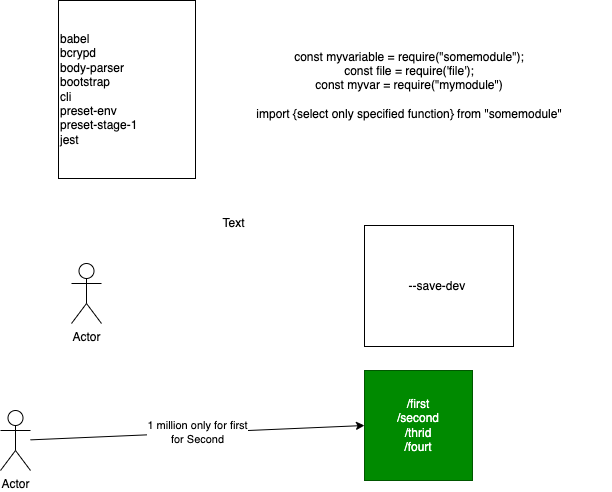
Above: images/day6-drawio.png in adithnaveen/2022-sapient-react-node-graphql (draw.io), before the change. Source tidied: cells renumbered, new cells last; positions are measured from the earlier drawing's top-left corner, leaving out a move shared by most shapes.
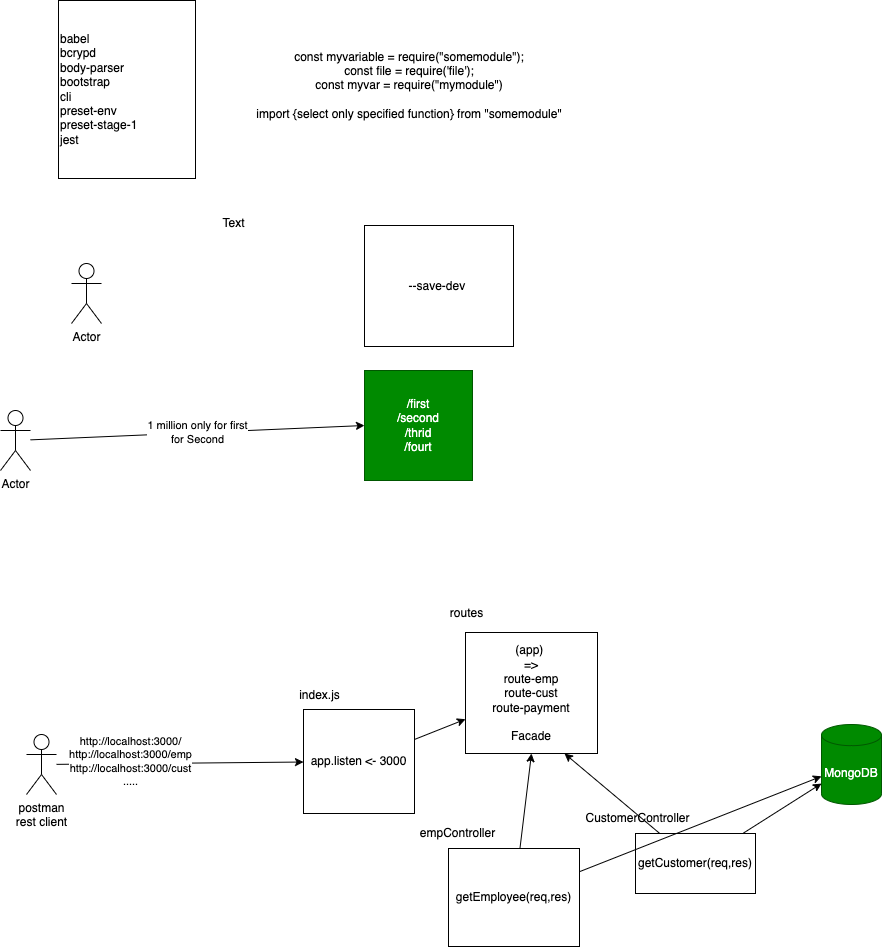
Above is the later version.

Commit message:
updated mongodb express work

What changed in the source:
```diff
@@ -26,5 +26,56 @@
     <mxCell id="9" value="Actor" style="shape=umlActor;verticalLabelPosition=bottom;verticalAlign=top;html=1;outlineConnect=0;" parent="1" vertex="1">
       <mxGeometry y="410" width="30" height="60" as="geometry" />
     </mxCell>
+    <mxCell id="10" style="edgeStyle=none;html=1;" parent="1" edge="1" source="12" target="14">
+      <mxGeometry relative="1" as="geometry" />
+    </mxCell>
+    <mxCell id="11" value="http://localhost:3000/&lt;br&gt;http://localhost:3000/emp&lt;br&gt;http://localhost:3000/cust&lt;br&gt;....." style="edgeLabel;html=1;align=center;verticalAlign=middle;" parent="10" vertex="1">
+      <mxGeometry x="-0.4" y="2" relative="1" as="geometry" />
+    </mxCell>
+    <mxCell id="12" value="postman&lt;br&gt;rest client" style="shape=umlActor;verticalLabelPosition=bottom;verticalAlign=top;html=1;outlineConnect=0;" parent="1" vertex="1">
+      <mxGeometry x="26" y="734" width="30" height="60" as="geometry" />
+    </mxCell>
+    <mxCell id="13" style="edgeStyle=none;html=1;" parent="1" edge="1" source="14" target="17">
+      <mxGeometry relative="1" as="geometry" />
+    </mxCell>
+    <mxCell id="14" value="app.listen &amp;lt;- 3000" style="rounded=0;whiteSpace=wrap;html=1;" parent="1" vertex="1">
+      <mxGeometry x="303" y="709" width="111" height="104" as="geometry" />
+    </mxCell>
+    <mxCell id="15" value="index.js" style="text;html=1;align=center;verticalAlign=middle;strokeColor=none;fillColor=none;" parent="1" vertex="1">
+      <mxGeometry x="293" y="686" width="51" height="18" as="geometry" />
+    </mxCell>
+    <mxCell id="16" value="MongoDB" style="shape=cylinder3;whiteSpace=wrap;html=1;boundedLbl=1;backgroundOutline=1;size=10.600016276041629;fillColor=#008a00;fontColor=#ffffff;strokeColor=#005700;" parent="1" vertex="1">
+      <mxGeometry x="821" y="724" width="60" height="80" as="geometry" />
+    </mxCell>
+    <mxCell id="17" value="&lt;span&gt;(app)&amp;nbsp;&lt;br&gt;=&amp;gt;&lt;br&gt;route-emp&lt;br&gt;route-cust&lt;br&gt;route-payment&lt;br&gt;&lt;br&gt;Facade&lt;br&gt;&lt;/span&gt;" style="rounded=0;whiteSpace=wrap;html=1;" parent="1" vertex="1">
+      <mxGeometry x="465" y="632" width="132" height="121" as="geometry" />
+    </mxCell>
+    <mxCell id="18" value="routes" style="text;html=1;align=center;verticalAlign=middle;strokeColor=none;fillColor=none;" parent="1" vertex="1">
+      <mxGeometry x="444" y="604" width="44" height="18" as="geometry" />
+    </mxCell>
+    <mxCell id="19" style="edgeStyle=none;html=1;" parent="1" edge="1" source="21" target="16">
+      <mxGeometry relative="1" as="geometry" />
+    </mxCell>
+    <mxCell id="20" style="edgeStyle=none;html=1;entryX=0.75;entryY=1;entryDx=0;entryDy=0;" parent="1" edge="1" source="21" target="17">
+      <mxGeometry relative="1" as="geometry" />
+    </mxCell>
+    <mxCell id="21" value="getCustomer(req,res)" style="rounded=0;whiteSpace=wrap;html=1;" parent="1" vertex="1">
+      <mxGeometry x="635" y="833" width="120" height="60" as="geometry" />
+    </mxCell>
+    <mxCell id="22" style="edgeStyle=none;html=1;" parent="1" edge="1" source="24" target="16">
+      <mxGeometry relative="1" as="geometry" />
+    </mxCell>
+    <mxCell id="23" style="edgeStyle=none;html=1;entryX=0.5;entryY=1;entryDx=0;entryDy=0;" parent="1" edge="1" source="24" target="17">
+      <mxGeometry relative="1" as="geometry" />
+    </mxCell>
+    <mxCell id="24" value="getEmployee(req,res)" style="rounded=0;whiteSpace=wrap;html=1;" parent="1" vertex="1">
+      <mxGeometry x="448" y="848" width="131" height="98" as="geometry" />
+    </mxCell>
+    <mxCell id="25" value="empController" style="text;html=1;align=center;verticalAlign=middle;strokeColor=none;fillColor=none;" parent="1" vertex="1">
+      <mxGeometry x="414" y="824" width="86" height="18" as="geometry" />
+    </mxCell>
+    <mxCell id="26" value="CustomerController" style="text;html=1;align=center;verticalAlign=middle;strokeColor=none;fillColor=none;" parent="1" vertex="1">
+      <mxGeometry x="580" y="809" width="114" height="18" as="geometry" />
+    </mxCell>
   </root>
 </mxGraphModel>
```
